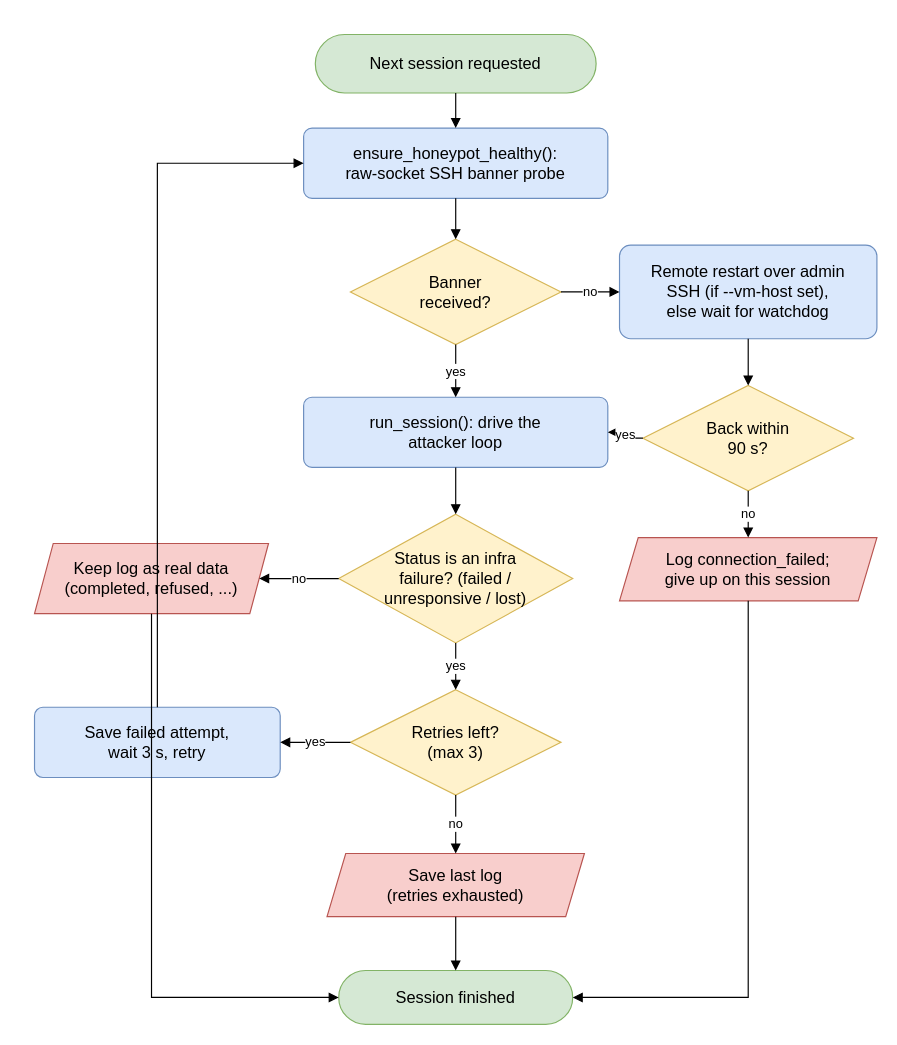
Above: report/diagrams/d04_recovery_flowchart.drawio in parthkansal823/Honeypot_RedTeaming-paper (draw.io), before the change. Source tidied: cells renumbered, new cells numbered last; positions are measured from the earlier drawing's top-left corner, leaving out a move shared by most shapes. Both pictures are drawn from the tidied source at 117%, with x=0, y=0 at pixel (34, 34).
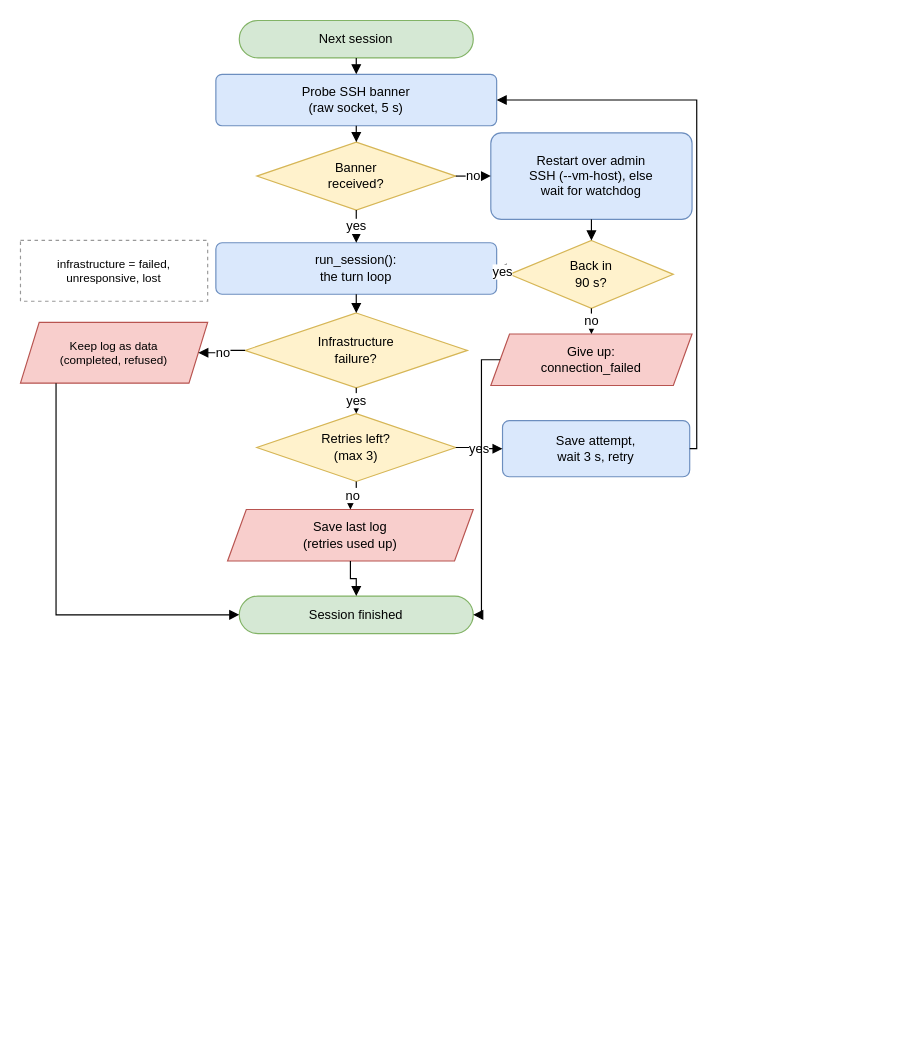
After the change.

The edit, as a diff of the source:
```diff
@@
-    <mxCell id="2" value="Next session requested" style="rounded=1;arcSize=50;whiteSpace=wrap;html=1;fillColor=#D5E8D4;strokeColor=#82B366;fontFamily=Arial;fontSize=14;" parent="1" vertex="1">
-      <mxGeometry x="240" width="240" height="50" as="geometry" />
+    <mxCell id="2" value="Next session" style="rounded=1;arcSize=50;whiteSpace=wrap;html=1;fillColor=#D5E8D4;strokeColor=#82B366;fontFamily=Arial;fontSize=11;" parent="1" vertex="1">
+      <mxGeometry x="175" y="-12" width="200" height="32" as="geometry" />
     </mxCell>
-    <mxCell id="3" value="ensure_honeypot_healthy():&lt;br&gt;raw-socket SSH banner probe" style="rounded=1;arcSize=12;whiteSpace=wrap;html=1;fillColor=#DAE8FC;strokeColor=#6C8EBF;fontFamily=Arial;fontSize=14;" parent="1" vertex="1">
-      <mxGeometry x="230" y="80" width="260" height="60" as="geometry" />
+    <mxCell id="3" value="Probe SSH banner&lt;br&gt;(raw socket, 5 s)" style="rounded=1;arcSize=12;whiteSpace=wrap;html=1;fillColor=#DAE8FC;strokeColor=#6C8EBF;fontFamily=Arial;fontSize=11;" parent="1" vertex="1">
+      <mxGeometry x="155" y="34" width="240" height="44" as="geometry" />
     </mxCell>
-    <mxCell id="4" value="Banner&lt;br&gt;received?" style="rhombus;whiteSpace=wrap;html=1;fillColor=#FFF2CC;strokeColor=#D6B656;fontFamily=Arial;fontSize=14;" parent="1" vertex="1">
-      <mxGeometry x="270" y="175" width="180" height="90" as="geometry" />
+    <mxCell id="4" value="Banner&lt;br&gt;received?" style="rhombus;whiteSpace=wrap;html=1;fillColor=#FFF2CC;strokeColor=#D6B656;fontFamily=Arial;fontSize=11;" parent="1" vertex="1">
+      <mxGeometry x="190" y="92" width="170" height="58" as="geometry" />
     </mxCell>
-    <mxCell id="5" value="Remote restart over admin&lt;br&gt;SSH (if --vm-host set),&lt;br&gt;else wait for watchdog" style="rounded=1;arcSize=12;whiteSpace=wrap;html=1;fillColor=#DAE8FC;strokeColor=#6C8EBF;fontFamily=Arial;fontSize=14;" parent="1" vertex="1">
-      <mxGeometry x="500" y="180" width="220" height="80" as="geometry" />
+    <mxCell id="5" value="Restart over admin&lt;br&gt;SSH (--vm-host), else&lt;br&gt;wait for watchdog" style="rounded=1;arcSize=12;whiteSpace=wrap;html=1;fillColor=#DAE8FC;strokeColor=#6C8EBF;fontFamily=Arial;fontSize=11;" parent="1" vertex="1">
+      <mxGeometry x="390" y="84" width="172" height="74" as="geometry" />
     </mxCell>
-    <mxCell id="6" value="Back within&lt;br&gt;90 s?" style="rhombus;whiteSpace=wrap;html=1;fillColor=#FFF2CC;strokeColor=#D6B656;fontFamily=Arial;fontSize=14;" parent="1" vertex="1">
-      <mxGeometry x="520" y="300" width="180" height="90" as="geometry" />
+    <mxCell id="6" value="Back in&lt;br&gt;90 s?" style="rhombus;whiteSpace=wrap;html=1;fillColor=#FFF2CC;strokeColor=#D6B656;fontFamily=Arial;fontSize=11;" parent="1" vertex="1">
+      <mxGeometry x="406" y="176" width="140" height="58" as="geometry" />
     </mxCell>
-    <mxCell id="7" value="Log connection_failed;&lt;br&gt;give up on this session" style="shape=parallelogram;perimeter=parallelogramPerimeter;fixedSize=1;size=16;whiteSpace=wrap;html=1;fillColor=#F8CECC;strokeColor=#B85450;fontFamily=Arial;fontSize=14;" parent="1" vertex="1">
-      <mxGeometry x="500" y="430" width="220" height="54" as="geometry" />
+    <mxCell id="7" value="Give up:&lt;br&gt;connection_failed" style="shape=parallelogram;perimeter=parallelogramPerimeter;fixedSize=1;size=16;whiteSpace=wrap;html=1;fillColor=#F8CECC;strokeColor=#B85450;fontFamily=Arial;fontSize=11;" parent="1" vertex="1">
+      <mxGeometry x="390" y="256" width="172" height="44" as="geometry" />
     </mxCell>
-    <mxCell id="8" value="run_session(): drive the&lt;br&gt;attacker loop" style="rounded=1;arcSize=12;whiteSpace=wrap;html=1;fillColor=#DAE8FC;strokeColor=#6C8EBF;fontFamily=Arial;fontSize=14;" parent="1" vertex="1">
-      <mxGeometry x="230" y="310" width="260" height="60" as="geometry" />
+    <mxCell id="8" value="run_session():&lt;br&gt;the turn loop" style="rounded=1;arcSize=12;whiteSpace=wrap;html=1;fillColor=#DAE8FC;strokeColor=#6C8EBF;fontFamily=Arial;fontSize=11;" parent="1" vertex="1">
+      <mxGeometry x="155" y="178" width="240" height="44" as="geometry" />
     </mxCell>
-    <mxCell id="9" value="Status is an infra&lt;br&gt;failure? (failed /&lt;br&gt;unresponsive / lost)" style="rhombus;whiteSpace=wrap;html=1;fillColor=#FFF2CC;strokeColor=#D6B656;fontFamily=Arial;fontSize=14;" parent="1" vertex="1">
-      <mxGeometry x="260" y="410" width="200" height="110" as="geometry" />
+    <mxCell id="9" value="Infrastructure&lt;br&gt;failure?" style="rhombus;whiteSpace=wrap;html=1;fillColor=#FFF2CC;strokeColor=#D6B656;fontFamily=Arial;fontSize=11;" parent="1" vertex="1">
+      <mxGeometry x="180" y="238" width="190" height="64" as="geometry" />
     </mxCell>
+    <mxCell id="31" value="infrastructure = failed,&lt;br&gt;unresponsive, lost" style="rounded=0;dashed=1;whiteSpace=wrap;html=1;fillColor=#FFFFFF;strokeColor=#999999;fontFamily=Arial;fontSize=10;" parent="1" vertex="1">
+      <mxGeometry x="-12" y="176" width="160" height="52" as="geometry" />
+    </mxCell>
-    <mxCell id="10" value="Keep log as real data&lt;br&gt;(completed, refused, ...)" style="shape=parallelogram;perimeter=parallelogramPerimeter;fixedSize=1;size=16;whiteSpace=wrap;html=1;fillColor=#F8CECC;strokeColor=#B85450;fontFamily=Arial;fontSize=14;" parent="1" vertex="1">
-      <mxGeometry y="435" width="200" height="60" as="geometry" />
+    <mxCell id="10" value="Keep log as data&lt;br&gt;(completed, refused)" style="shape=parallelogram;perimeter=parallelogramPerimeter;fixedSize=1;size=16;whiteSpace=wrap;html=1;fillColor=#F8CECC;strokeColor=#B85450;fontFamily=Arial;fontSize=10;" parent="1" vertex="1">
+      <mxGeometry x="-12" y="246" width="160" height="52" as="geometry" />
     </mxCell>
-    <mxCell id="11" value="Retries left?&lt;br&gt;(max 3)" style="rhombus;whiteSpace=wrap;html=1;fillColor=#FFF2CC;strokeColor=#D6B656;fontFamily=Arial;fontSize=14;" parent="1" vertex="1">
-      <mxGeometry x="270" y="560" width="180" height="90" as="geometry" />
+    <mxCell id="11" value="Retries left?&lt;br&gt;(max 3)" style="rhombus;whiteSpace=wrap;html=1;fillColor=#FFF2CC;strokeColor=#D6B656;fontFamily=Arial;fontSize=11;" parent="1" vertex="1">
+      <mxGeometry x="190" y="324" width="170" height="58" as="geometry" />
     </mxCell>
-    <mxCell id="12" value="Save failed attempt,&lt;br&gt;wait 3 s, retry" style="rounded=1;arcSize=12;whiteSpace=wrap;html=1;fillColor=#DAE8FC;strokeColor=#6C8EBF;fontFamily=Arial;fontSize=14;" parent="1" vertex="1">
-      <mxGeometry y="575" width="210" height="60" as="geometry" />
+    <mxCell id="12" value="Save attempt,&lt;br&gt;wait 3 s, retry" style="rounded=1;arcSize=12;whiteSpace=wrap;html=1;fillColor=#DAE8FC;strokeColor=#6C8EBF;fontFamily=Arial;fontSize=11;" parent="1" vertex="1">
+      <mxGeometry x="400" y="330" width="160" height="48" as="geometry" />
     </mxCell>
-    <mxCell id="13" value="Save last log&lt;br&gt;(retries exhausted)" style="shape=parallelogram;perimeter=parallelogramPerimeter;fixedSize=1;size=16;whiteSpace=wrap;html=1;fillColor=#F8CECC;strokeColor=#B85450;fontFamily=Arial;fontSize=14;" parent="1" vertex="1">
-      <mxGeometry x="250" y="700" width="220" height="54" as="geometry" />
+    <mxCell id="13" value="Save last log&lt;br&gt;(retries used up)" style="shape=parallelogram;perimeter=parallelogramPerimeter;fixedSize=1;size=16;whiteSpace=wrap;html=1;fillColor=#F8CECC;strokeColor=#B85450;fontFamily=Arial;fontSize=11;" parent="1" vertex="1">
+      <mxGeometry x="165" y="406" width="210" height="44" as="geometry" />
     </mxCell>
-    <mxCell id="14" value="Session finished" style="rounded=1;arcSize=50;whiteSpace=wrap;html=1;fillColor=#D5E8D4;strokeColor=#82B366;fontFamily=Arial;fontSize=14;" parent="1" vertex="1">
-      <mxGeometry x="260" y="800" width="200" height="46" as="geometry" />
+    <mxCell id="14" value="Session finished" style="rounded=1;arcSize=50;whiteSpace=wrap;html=1;fillColor=#D5E8D4;strokeColor=#82B366;fontFamily=Arial;fontSize=11;" parent="1" vertex="1">
+      <mxGeometry x="175" y="480" width="200" height="32" as="geometry" />
     </mxCell>
@@
     <mxCell id="20" value="yes" style="edgeStyle=orthogonalEdgeStyle;rounded=0;html=1;endArrow=block;endFill=1;exitX=0;exitY=0.5;exitDx=0;exitDy=0;entryX=1;entryY=0.5;entryDx=0;entryDy=0;fontFamily=Arial;fontSize=11;labelBackgroundColor=#FFFFFF;" parent="1" edge="1" source="6" target="8">
       <mxGeometry relative="1" as="geometry">
         <Array as="points">
-          <mxPoint x="505" y="345" />
-          <mxPoint x="505" y="340" />
+          <mxPoint x="400" y="205" />
+          <mxPoint x="400" y="200" />
         </Array>
       </mxGeometry>
     </mxCell>
@@
     <mxCell id="23" value="no" style="edgeStyle=orthogonalEdgeStyle;rounded=0;html=1;endArrow=block;endFill=1;exitX=0;exitY=0.5;exitDx=0;exitDy=0;entryX=1;entryY=0.5;entryDx=0;entryDy=0;fontFamily=Arial;fontSize=11;labelBackgroundColor=#FFFFFF;" parent="1" edge="1" source="9" target="10">
-      <mxGeometry relative="1" as="geometry" />
+      <mxGeometry relative="1" as="geometry">
+        <Array as="points">
+          <mxPoint x="164" y="270" />
+          <mxPoint x="164" y="272" />
+        </Array>
+      </mxGeometry>
     </mxCell>
@@
-    <mxCell id="25" value="yes" style="edgeStyle=orthogonalEdgeStyle;rounded=0;html=1;endArrow=block;endFill=1;exitX=0;exitY=0.5;exitDx=0;exitDy=0;entryX=1;entryY=0.5;entryDx=0;entryDy=0;fontFamily=Arial;fontSize=11;labelBackgroundColor=#FFFFFF;" parent="1" edge="1" source="11" target="12">
-      <mxGeometry relative="1" as="geometry" />
+    <mxCell id="25" value="yes" style="edgeStyle=orthogonalEdgeStyle;rounded=0;html=1;endArrow=block;endFill=1;exitX=1;exitY=0.5;exitDx=0;exitDy=0;entryX=0;entryY=0.5;entryDx=0;entryDy=0;fontFamily=Arial;fontSize=11;labelBackgroundColor=#FFFFFF;" parent="1" edge="1" source="11" target="12">
+      <mxGeometry relative="1" as="geometry">
+        <Array as="points">
+          <mxPoint x="380" y="353" />
+          <mxPoint x="380" y="354" />
+        </Array>
+      </mxGeometry>
     </mxCell>
-    <mxCell id="26" style="edgeStyle=orthogonalEdgeStyle;rounded=0;html=1;endArrow=block;endFill=1;exitX=0.5;exitY=0;exitDx=0;exitDy=0;entryX=0;entryY=0.5;entryDx=0;entryDy=0;fontFamily=Arial;fontSize=11;labelBackgroundColor=#FFFFFF;" parent="1" edge="1" source="12" target="3">
+    <mxCell id="26" style="edgeStyle=orthogonalEdgeStyle;rounded=0;html=1;endArrow=block;endFill=1;exitX=1;exitY=0.5;exitDx=0;exitDy=0;entryX=1;entryY=0.5;entryDx=0;entryDy=0;fontFamily=Arial;fontSize=11;labelBackgroundColor=#FFFFFF;" parent="1" edge="1" source="12" target="3">
       <mxGeometry relative="1" as="geometry">
         <Array as="points">
-          <mxPoint x="105" y="110" />
+          <mxPoint x="566" y="354" />
+          <mxPoint x="566" y="56" />
         </Array>
       </mxGeometry>
     </mxCell>
     <mxCell id="27" value="no" style="edgeStyle=orthogonalEdgeStyle;rounded=0;html=1;endArrow=block;endFill=1;exitX=0.5;exitY=1;exitDx=0;exitDy=0;entryX=0.5;entryY=0;entryDx=0;entryDy=0;fontFamily=Arial;fontSize=11;labelBackgroundColor=#FFFFFF;" parent="1" edge="1" source="11" target="13">
-      <mxGeometry relative="1" as="geometry" />
+      <mxGeometry relative="1" as="geometry">
+        <Array as="points">
+          <mxPoint x="275" y="394" />
+          <mxPoint x="270" y="394" />
+        </Array>
+      </mxGeometry>
     </mxCell>
     <mxCell id="28" style="edgeStyle=orthogonalEdgeStyle;rounded=0;html=1;endArrow=block;endFill=1;exitX=0.5;exitY=1;exitDx=0;exitDy=0;entryX=0.5;entryY=0;entryDx=0;entryDy=0;fontFamily=Arial;fontSize=11;labelBackgroundColor=#FFFFFF;" parent="1" edge="1" source="13" target="14">
-      <mxGeometry relative="1" as="geometry" />
+      <mxGeometry relative="1" as="geometry">
+        <Array as="points">
+          <mxPoint x="270" y="465" />
+          <mxPoint x="275" y="465" />
+        </Array>
+      </mxGeometry>
     </mxCell>
-    <mxCell id="29" style="edgeStyle=orthogonalEdgeStyle;rounded=0;html=1;endArrow=block;endFill=1;exitX=0.5;exitY=1;exitDx=0;exitDy=0;entryX=0;entryY=0.5;entryDx=0;entryDy=0;fontFamily=Arial;fontSize=11;labelBackgroundColor=#FFFFFF;" parent="1" edge="1" source="10" target="14">
+    <mxCell id="29" style="edgeStyle=orthogonalEdgeStyle;rounded=0;html=1;endArrow=block;endFill=1;exitX=0.19;exitY=1;exitDx=0;exitDy=0;entryX=0;entryY=0.5;entryDx=0;entryDy=0;fontFamily=Arial;fontSize=11;labelBackgroundColor=#FFFFFF;" parent="1" edge="1" source="10" target="14">
       <mxGeometry relative="1" as="geometry">
         <Array as="points">
-          <mxPoint x="100" y="823" />
+          <mxPoint x="18" y="496" />
         </Array>
       </mxGeometry>
     </mxCell>
-    <mxCell id="30" style="edgeStyle=orthogonalEdgeStyle;rounded=0;html=1;endArrow=block;endFill=1;exitX=0.5;exitY=1;exitDx=0;exitDy=0;entryX=1;entryY=0.5;entryDx=0;entryDy=0;fontFamily=Arial;fontSize=11;labelBackgroundColor=#FFFFFF;" parent="1" edge="1" source="7" target="14">
+    <mxCell id="30" style="edgeStyle=orthogonalEdgeStyle;rounded=0;html=1;endArrow=block;endFill=1;exitX=0;exitY=0.5;exitDx=0;exitDy=0;entryX=1;entryY=0.5;entryDx=0;entryDy=0;fontFamily=Arial;fontSize=11;labelBackgroundColor=#FFFFFF;" parent="1" edge="1" source="7" target="14">
       <mxGeometry relative="1" as="geometry">
         <Array as="points">
-          <mxPoint x="610" y="823" />
+          <mxPoint x="382" y="278" />
+          <mxPoint x="382" y="496" />
         </Array>
       </mxGeometry>
     </mxCell>
```
